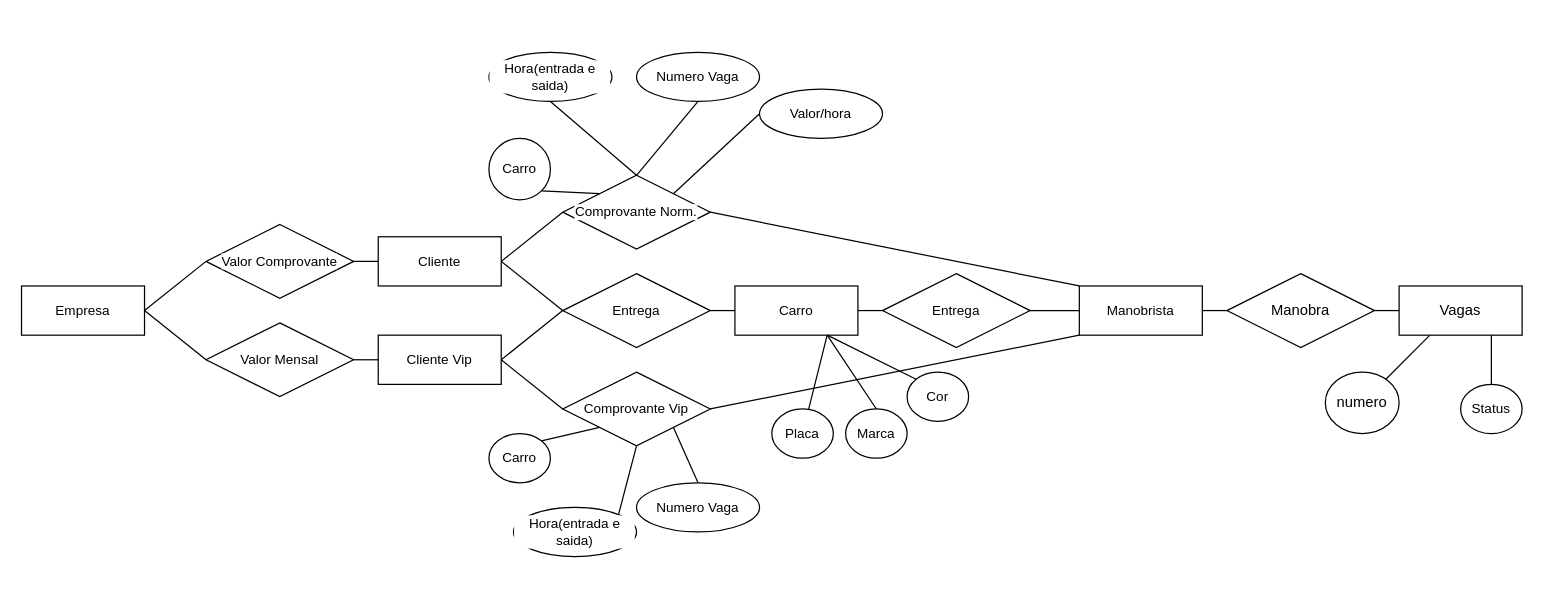
Before: Praticas1.drawio in 113nr1qu3/Draw.io, a draw.io diagram. Source tidied: cells renumbered, new cells numbered last; positions are measured from the earlier drawing's top-left corner, leaving out a move shared by most shapes. Both pictures are drawn from the tidied source at 123%, with x=0, y=0 at pixel (21, 52).
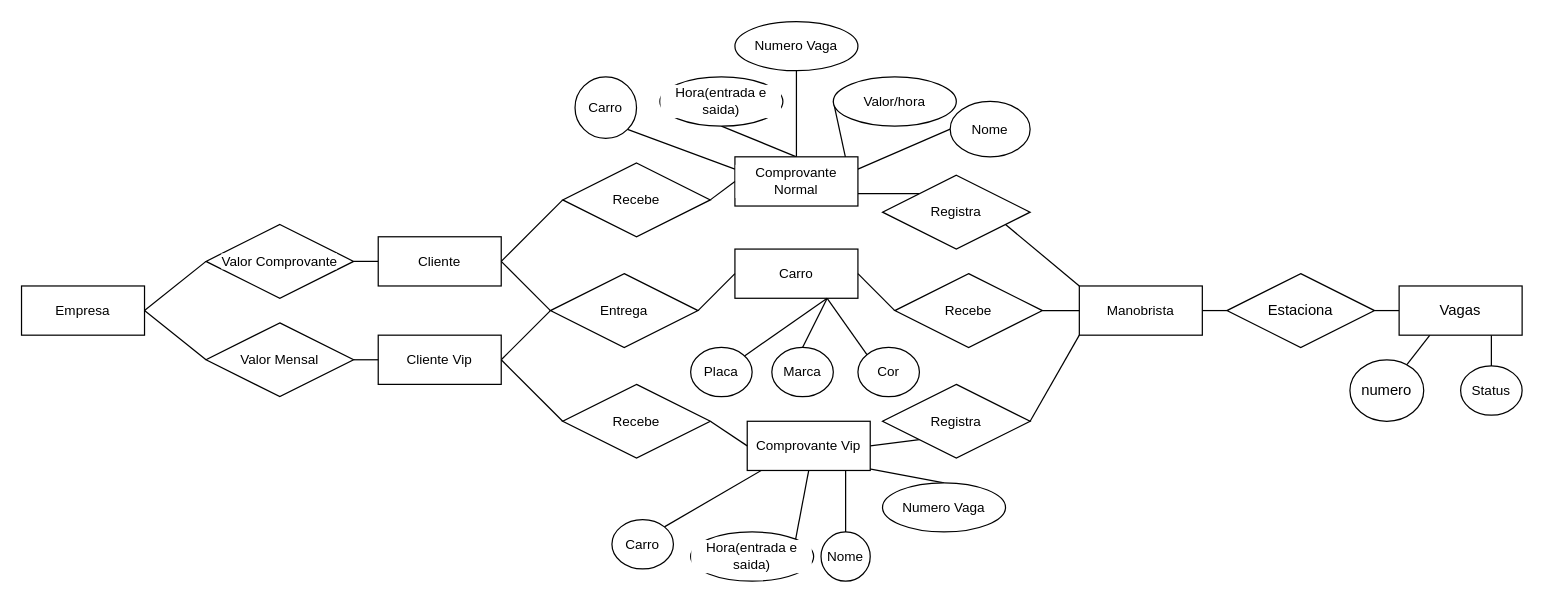
The same diagram, later.

Unchanged cells that the change refers to:
```xml
<mxCell id="12" value="Manobrista" style="whiteSpace=wrap;html=1;align=center;fontFamily=Helvetica;fontSize=11;fontColor=default;labelBackgroundColor=default;" parent="1" vertex="1">
  <mxGeometry x="860" y="190" width="100" height="40" as="geometry" />
</mxCell>
<mxCell id="15" value="Cliente" style="whiteSpace=wrap;html=1;align=center;fontFamily=Helvetica;fontSize=11;fontColor=default;labelBackgroundColor=default;" parent="1" vertex="1">
  <mxGeometry x="290" y="150" width="100" height="40" as="geometry" />
</mxCell>
<mxCell id="18" value="Cliente Vip" style="whiteSpace=wrap;html=1;align=center;fontFamily=Helvetica;fontSize=11;fontColor=default;labelBackgroundColor=default;" parent="1" vertex="1">
  <mxGeometry x="290" y="230" width="100" height="40" as="geometry" />
</mxCell>
```

Change to the diagram source:
```diff
@@
-    <mxCell id="3" value="Manobra" style="shape=rhombus;perimeter=rhombusPerimeter;whiteSpace=wrap;html=1;align=center;" parent="1" vertex="1">
+    <mxCell id="3" value="Estaciona" style="shape=rhombus;perimeter=rhombusPerimeter;whiteSpace=wrap;html=1;align=center;" parent="1" vertex="1">
       <mxGeometry x="980" y="180" width="120" height="60" as="geometry" />
     </mxCell>
@@
     <mxCell id="8" value="numero" style="ellipse;whiteSpace=wrap;html=1;align=center;" parent="1" vertex="1">
-      <mxGeometry x="1060" y="260" width="60" height="50" as="geometry" />
+      <mxGeometry x="1080" y="250" width="60" height="50" as="geometry" />
     </mxCell>
@@
-    <mxCell id="10" style="shape=connector;rounded=0;jettySize=auto;html=1;exitX=0;exitY=1;exitDx=0;exitDy=0;entryX=1;entryY=0.5;entryDx=0;entryDy=0;strokeColor=default;align=center;verticalAlign=middle;fontFamily=Helvetica;fontSize=11;fontColor=default;labelBackgroundColor=default;endArrow=none;endFill=0;" parent="1" edge="1" source="12" target="22">
+    <mxCell id="10" style="shape=connector;rounded=0;jettySize=auto;html=1;exitX=0;exitY=1;exitDx=0;exitDy=0;entryX=1;entryY=0.5;entryDx=0;entryDy=0;strokeColor=default;align=center;verticalAlign=middle;fontFamily=Helvetica;fontSize=11;fontColor=default;labelBackgroundColor=default;endArrow=none;endFill=0;" parent="1" edge="1" source="67" target="22">
       <mxGeometry relative="1" as="geometry" />
     </mxCell>
-    <mxCell id="11" style="shape=connector;rounded=0;jettySize=auto;html=1;exitX=0;exitY=0;exitDx=0;exitDy=0;entryX=1;entryY=0.5;entryDx=0;entryDy=0;strokeColor=default;align=center;verticalAlign=middle;fontFamily=Helvetica;fontSize=11;fontColor=default;labelBackgroundColor=default;endArrow=none;endFill=0;" parent="1" edge="1" source="12" target="20">
+    <mxCell id="11" style="shape=connector;rounded=0;jettySize=auto;html=1;exitX=0;exitY=0;exitDx=0;exitDy=0;entryX=1;entryY=0.75;entryDx=0;entryDy=0;strokeColor=default;align=center;verticalAlign=middle;fontFamily=Helvetica;fontSize=11;fontColor=default;labelBackgroundColor=default;endArrow=none;endFill=0;" parent="1" edge="1" source="65" target="59">
       <mxGeometry relative="1" as="geometry" />
     </mxCell>
@@
     <mxCell id="16" value="Status" style="ellipse;whiteSpace=wrap;html=1;align=center;fontFamily=Helvetica;fontSize=11;fontColor=default;labelBackgroundColor=default;" parent="1" vertex="1">
-      <mxGeometry x="1170" y="270" width="50" height="40" as="geometry" />
+      <mxGeometry x="1170" y="255" width="50" height="40" as="geometry" />
     </mxCell>
@@
-    <mxCell id="19" style="shape=connector;rounded=0;jettySize=auto;html=1;exitX=0;exitY=0.5;exitDx=0;exitDy=0;entryX=1;entryY=0.5;entryDx=0;entryDy=0;strokeColor=default;align=center;verticalAlign=middle;fontFamily=Helvetica;fontSize=11;fontColor=default;labelBackgroundColor=default;endArrow=none;endFill=0;" parent="1" edge="1" source="20" target="15">
+    <mxCell id="19" style="shape=connector;rounded=0;jettySize=auto;html=1;exitX=0;exitY=0.5;exitDx=0;exitDy=0;entryX=1;entryY=0.5;entryDx=0;entryDy=0;strokeColor=default;align=center;verticalAlign=middle;fontFamily=Helvetica;fontSize=11;fontColor=default;labelBackgroundColor=default;endArrow=none;endFill=0;" parent="1" edge="1" source="63" target="15">
       <mxGeometry relative="1" as="geometry" />
     </mxCell>
-    <mxCell id="20" value="Comprovante Norm." style="shape=rhombus;perimeter=rhombusPerimeter;whiteSpace=wrap;html=1;align=center;fontFamily=Helvetica;fontSize=11;fontColor=default;labelBackgroundColor=default;" parent="1" vertex="1">
-      <mxGeometry x="440" y="100" width="120" height="60" as="geometry" />
-    </mxCell>
-    <mxCell id="21" style="shape=connector;rounded=0;jettySize=auto;html=1;exitX=0;exitY=0.5;exitDx=0;exitDy=0;entryX=1;entryY=0.5;entryDx=0;entryDy=0;strokeColor=default;align=center;verticalAlign=middle;fontFamily=Helvetica;fontSize=11;fontColor=default;labelBackgroundColor=default;endArrow=none;endFill=0;" parent="1" edge="1" source="22" target="18">
+    <mxCell id="21" style="shape=connector;rounded=0;jettySize=auto;html=1;exitX=0;exitY=0.5;exitDx=0;exitDy=0;entryX=1;entryY=0.5;entryDx=0;entryDy=0;strokeColor=default;align=center;verticalAlign=middle;fontFamily=Helvetica;fontSize=11;fontColor=default;labelBackgroundColor=default;endArrow=none;endFill=0;" parent="1" edge="1" source="61" target="18">
       <mxGeometry relative="1" as="geometry" />
     </mxCell>
-    <mxCell id="22" value="Comprovante Vip" style="shape=rhombus;perimeter=rhombusPerimeter;whiteSpace=wrap;html=1;align=center;fontFamily=Helvetica;fontSize=11;fontColor=default;labelBackgroundColor=default;" parent="1" vertex="1">
-      <mxGeometry x="440" y="260" width="120" height="60" as="geometry" />
-    </mxCell>
-    <mxCell id="23" style="shape=connector;rounded=0;jettySize=auto;html=1;exitX=1;exitY=0;exitDx=0;exitDy=0;entryX=0;entryY=1;entryDx=0;entryDy=0;strokeColor=default;align=center;verticalAlign=middle;fontFamily=Helvetica;fontSize=11;fontColor=default;labelBackgroundColor=default;endArrow=none;endFill=0;" parent="1" edge="1" source="24" target="22">
-      <mxGeometry relative="1" as="geometry" />
+    <mxCell id="23" style="shape=connector;rounded=0;jettySize=auto;html=1;exitX=1;exitY=0;exitDx=0;exitDy=0;entryX=0;entryY=1;entryDx=0;entryDy=0;strokeColor=default;align=center;verticalAlign=middle;fontFamily=Helvetica;fontSize=11;fontColor=default;labelBackgroundColor=default;endArrow=none;endFill=0;" parent="1" edge="1" source="24">
+      <mxGeometry relative="1" as="geometry">
+        <mxPoint x="610" y="335" as="targetPoint" />
+      </mxGeometry>
     </mxCell>
     <mxCell id="24" value="Carro" style="ellipse;whiteSpace=wrap;html=1;align=center;fontFamily=Helvetica;fontSize=11;fontColor=default;labelBackgroundColor=default;" parent="1" vertex="1">
-      <mxGeometry x="380" y="310" width="50" height="40" as="geometry" />
+      <mxGeometry x="480" y="380" width="50" height="40" as="geometry" />
     </mxCell>
-    <mxCell id="25" style="shape=connector;rounded=0;jettySize=auto;html=1;exitX=1;exitY=1;exitDx=0;exitDy=0;entryX=0;entryY=0;entryDx=0;entryDy=0;strokeColor=default;align=center;verticalAlign=middle;fontFamily=Helvetica;fontSize=11;fontColor=default;labelBackgroundColor=default;endArrow=none;endFill=0;" parent="1" edge="1" source="26" target="20">
+    <mxCell id="25" style="shape=connector;rounded=0;jettySize=auto;html=1;exitX=1;exitY=1;exitDx=0;exitDy=0;entryX=0;entryY=0.25;entryDx=0;entryDy=0;strokeColor=default;align=center;verticalAlign=middle;fontFamily=Helvetica;fontSize=11;fontColor=default;labelBackgroundColor=default;endArrow=none;endFill=0;" parent="1" edge="1" source="26" target="59">
       <mxGeometry relative="1" as="geometry" />
     </mxCell>
     <mxCell id="26" value="Carro" style="ellipse;whiteSpace=wrap;html=1;align=center;fontFamily=Helvetica;fontSize=11;fontColor=default;labelBackgroundColor=default;" parent="1" vertex="1">
-      <mxGeometry x="380" y="70" width="50" height="50" as="geometry" />
+      <mxGeometry x="450" y="20" width="50" height="50" as="geometry" />
     </mxCell>
-    <mxCell id="27" style="shape=connector;rounded=0;jettySize=auto;html=1;exitX=0.5;exitY=1;exitDx=0;exitDy=0;entryX=0.5;entryY=0;entryDx=0;entryDy=0;strokeColor=default;align=center;verticalAlign=middle;fontFamily=Helvetica;fontSize=11;fontColor=default;labelBackgroundColor=default;endArrow=none;endFill=0;" parent="1" edge="1" source="28" target="20">
+    <mxCell id="27" style="shape=connector;rounded=0;jettySize=auto;html=1;exitX=0.5;exitY=1;exitDx=0;exitDy=0;entryX=0.5;entryY=0;entryDx=0;entryDy=0;strokeColor=default;align=center;verticalAlign=middle;fontFamily=Helvetica;fontSize=11;fontColor=default;labelBackgroundColor=default;endArrow=none;endFill=0;" parent="1" edge="1" source="28" target="59">
       <mxGeometry relative="1" as="geometry" />
     </mxCell>
     <mxCell id="28" value="Hora(entrada e saida)" style="ellipse;whiteSpace=wrap;html=1;align=center;fontFamily=Helvetica;fontSize=11;fontColor=default;labelBackgroundColor=default;" parent="1" vertex="1">
-      <mxGeometry x="380" width="100" height="40" as="geometry" />
+      <mxGeometry x="519" y="20" width="100" height="40" as="geometry" />
     </mxCell>
-    <mxCell id="29" style="shape=connector;rounded=0;jettySize=auto;html=1;exitX=0.5;exitY=0;exitDx=0;exitDy=0;entryX=1;entryY=1;entryDx=0;entryDy=0;strokeColor=default;align=center;verticalAlign=middle;fontFamily=Helvetica;fontSize=11;fontColor=default;labelBackgroundColor=default;endArrow=none;endFill=0;" parent="1" edge="1" source="30" target="22">
-      <mxGeometry relative="1" as="geometry" />
+    <mxCell id="29" style="shape=connector;rounded=0;jettySize=auto;html=1;exitX=0.5;exitY=0;exitDx=0;exitDy=0;entryX=1;entryY=1;entryDx=0;entryDy=0;strokeColor=default;align=center;verticalAlign=middle;fontFamily=Helvetica;fontSize=11;fontColor=default;labelBackgroundColor=default;endArrow=none;endFill=0;" parent="1" edge="1" source="30">
+      <mxGeometry relative="1" as="geometry">
+        <mxPoint x="670" y="335" as="targetPoint" />
+      </mxGeometry>
     </mxCell>
     <mxCell id="30" value="Numero Vaga" style="ellipse;whiteSpace=wrap;html=1;align=center;fontFamily=Helvetica;fontSize=11;fontColor=default;labelBackgroundColor=default;" parent="1" vertex="1">
-      <mxGeometry x="500" y="350" width="100" height="40" as="geometry" />
+      <mxGeometry x="700" y="350" width="100" height="40" as="geometry" />
     </mxCell>
@@
     <mxCell id="32" value="Hora(entrada e saida)" style="ellipse;whiteSpace=wrap;html=1;align=center;fontFamily=Helvetica;fontSize=11;fontColor=default;labelBackgroundColor=default;" parent="1" vertex="1">
-      <mxGeometry x="400" y="370" width="100" height="40" as="geometry" />
+      <mxGeometry x="544" y="390" width="100" height="40" as="geometry" />
     </mxCell>
-    <mxCell id="33" style="shape=connector;rounded=0;jettySize=auto;html=1;exitX=0.5;exitY=1;exitDx=0;exitDy=0;entryX=0.5;entryY=0;entryDx=0;entryDy=0;strokeColor=default;align=center;verticalAlign=middle;fontFamily=Helvetica;fontSize=11;fontColor=default;labelBackgroundColor=default;endArrow=none;endFill=0;" parent="1" edge="1" source="34" target="20">
+    <mxCell id="33" style="shape=connector;rounded=0;jettySize=auto;html=1;exitX=0.5;exitY=1;exitDx=0;exitDy=0;entryX=0.5;entryY=0;entryDx=0;entryDy=0;strokeColor=default;align=center;verticalAlign=middle;fontFamily=Helvetica;fontSize=11;fontColor=default;labelBackgroundColor=default;endArrow=none;endFill=0;" parent="1" edge="1" source="34" target="59">
       <mxGeometry relative="1" as="geometry" />
     </mxCell>
     <mxCell id="34" value="Numero Vaga" style="ellipse;whiteSpace=wrap;html=1;align=center;fontFamily=Helvetica;fontSize=11;fontColor=default;labelBackgroundColor=default;" parent="1" vertex="1">
-      <mxGeometry x="500" width="100" height="40" as="geometry" />
+      <mxGeometry x="580" y="-25" width="100" height="40" as="geometry" />
     </mxCell>
@@
-    <mxCell id="41" style="shape=connector;rounded=0;jettySize=auto;html=1;exitX=0;exitY=0.5;exitDx=0;exitDy=0;entryX=1;entryY=0;entryDx=0;entryDy=0;strokeColor=default;align=center;verticalAlign=middle;fontFamily=Helvetica;fontSize=11;fontColor=default;labelBackgroundColor=default;endArrow=none;endFill=0;" parent="1" edge="1" source="42" target="20">
+    <mxCell id="41" style="shape=connector;rounded=0;jettySize=auto;html=1;exitX=0;exitY=0.5;exitDx=0;exitDy=0;entryX=0.9;entryY=0.025;entryDx=0;entryDy=0;strokeColor=default;align=center;verticalAlign=middle;fontFamily=Helvetica;fontSize=11;fontColor=default;labelBackgroundColor=default;endArrow=none;endFill=0;entryPerimeter=0;" parent="1" edge="1" source="42" target="59">
       <mxGeometry relative="1" as="geometry" />
     </mxCell>
     <mxCell id="42" value="Valor/hora" style="ellipse;whiteSpace=wrap;html=1;align=center;fontFamily=Helvetica;fontSize=11;fontColor=default;labelBackgroundColor=default;" parent="1" vertex="1">
-      <mxGeometry x="600" y="30" width="100" height="40" as="geometry" />
+      <mxGeometry x="660" y="20" width="100" height="40" as="geometry" />
     </mxCell>
     <mxCell id="43" value="Carro" style="whiteSpace=wrap;html=1;align=center;fontFamily=Helvetica;fontSize=11;fontColor=default;labelBackgroundColor=default;" parent="1" vertex="1">
-      <mxGeometry x="580" y="190" width="100" height="40" as="geometry" />
+      <mxGeometry x="580" y="160" width="100" height="40" as="geometry" />
     </mxCell>
-    <mxCell id="44" style="edgeStyle=orthogonalEdgeStyle;shape=connector;curved=0;rounded=0;jettySize=auto;html=1;exitX=0;exitY=0.5;exitDx=0;exitDy=0;entryX=1;entryY=0.5;entryDx=0;entryDy=0;strokeColor=default;align=center;verticalAlign=middle;fontFamily=Helvetica;fontSize=11;fontColor=default;labelBackgroundColor=default;endArrow=none;endFill=0;" parent="1" edge="1" source="47" target="43">
-      <mxGeometry relative="1" as="geometry" />
-    </mxCell>
@@
     <mxCell id="46" value="Placa" style="ellipse;whiteSpace=wrap;html=1;align=center;fontFamily=Helvetica;fontSize=11;fontColor=default;labelBackgroundColor=default;" parent="1" vertex="1">
-      <mxGeometry x="610" y="290" width="50" height="40" as="geometry" />
+      <mxGeometry x="544" y="240" width="50" height="40" as="geometry" />
     </mxCell>
+    <mxCell id="44" style="shape=connector;rounded=0;jettySize=auto;html=1;exitX=0;exitY=0.5;exitDx=0;exitDy=0;entryX=1;entryY=0.5;entryDx=0;entryDy=0;strokeColor=default;align=center;verticalAlign=middle;fontFamily=Helvetica;fontSize=11;fontColor=default;labelBackgroundColor=default;endArrow=none;endFill=0;" parent="1" edge="1" source="47" target="43">
+      <mxGeometry relative="1" as="geometry" />
+    </mxCell>
-    <mxCell id="47" value="Entrega" style="shape=rhombus;perimeter=rhombusPerimeter;whiteSpace=wrap;html=1;align=center;fontFamily=Helvetica;fontSize=11;fontColor=default;labelBackgroundColor=default;" parent="1" vertex="1">
-      <mxGeometry x="700" y="180" width="120" height="60" as="geometry" />
+    <mxCell id="47" value="Recebe" style="shape=rhombus;perimeter=rhombusPerimeter;whiteSpace=wrap;html=1;align=center;fontFamily=Helvetica;fontSize=11;fontColor=default;labelBackgroundColor=default;" parent="1" vertex="1">
+      <mxGeometry x="710" y="180" width="120" height="60" as="geometry" />
     </mxCell>
+    <mxCell id="49" style="shape=connector;rounded=0;jettySize=auto;html=1;exitX=0;exitY=0.5;exitDx=0;exitDy=0;entryX=1;entryY=0.5;entryDx=0;entryDy=0;strokeColor=default;align=center;verticalAlign=middle;fontFamily=Helvetica;fontSize=11;fontColor=default;labelBackgroundColor=default;endArrow=none;endFill=0;" parent="1" edge="1" source="50" target="15">
+      <mxGeometry relative="1" as="geometry" />
+    </mxCell>
-    <mxCell id="48" style="edgeStyle=orthogonalEdgeStyle;shape=connector;curved=0;rounded=0;jettySize=auto;html=1;exitX=1;exitY=0.5;exitDx=0;exitDy=0;entryX=0;entryY=0.5;entryDx=0;entryDy=0;strokeColor=default;align=center;verticalAlign=middle;fontFamily=Helvetica;fontSize=11;fontColor=default;labelBackgroundColor=default;endArrow=none;endFill=0;" parent="1" edge="1" source="50" target="43">
+    <mxCell id="48" style="shape=connector;rounded=0;jettySize=auto;html=1;exitX=1;exitY=0.5;exitDx=0;exitDy=0;entryX=0;entryY=0.5;entryDx=0;entryDy=0;strokeColor=default;align=center;verticalAlign=middle;fontFamily=Helvetica;fontSize=11;fontColor=default;labelBackgroundColor=default;endArrow=none;endFill=0;" parent="1" edge="1" source="50" target="43">
       <mxGeometry relative="1" as="geometry" />
     </mxCell>
-    <mxCell id="49" style="shape=connector;rounded=0;jettySize=auto;html=1;exitX=0;exitY=0.5;exitDx=0;exitDy=0;entryX=1;entryY=0.5;entryDx=0;entryDy=0;strokeColor=default;align=center;verticalAlign=middle;fontFamily=Helvetica;fontSize=11;fontColor=default;labelBackgroundColor=default;endArrow=none;endFill=0;" parent="1" edge="1" source="50" target="15">
-      <mxGeometry relative="1" as="geometry" />
-    </mxCell>
     <mxCell id="50" value="Entrega" style="shape=rhombus;perimeter=rhombusPerimeter;whiteSpace=wrap;html=1;align=center;fontFamily=Helvetica;fontSize=11;fontColor=default;labelBackgroundColor=default;" parent="1" vertex="1">
-      <mxGeometry x="440" y="180" width="120" height="60" as="geometry" />
+      <mxGeometry x="430" y="180" width="120" height="60" as="geometry" />
     </mxCell>
@@
     <mxCell id="52" value="Marca" style="ellipse;whiteSpace=wrap;html=1;align=center;fontFamily=Helvetica;fontSize=11;fontColor=default;labelBackgroundColor=default;" parent="1" vertex="1">
-      <mxGeometry x="670" y="290" width="50" height="40" as="geometry" />
+      <mxGeometry x="610" y="240" width="50" height="40" as="geometry" />
     </mxCell>
@@
     <mxCell id="54" value="Cor" style="ellipse;whiteSpace=wrap;html=1;align=center;fontFamily=Helvetica;fontSize=11;fontColor=default;labelBackgroundColor=default;" parent="1" vertex="1">
-      <mxGeometry x="720" y="260" width="50" height="40" as="geometry" />
+      <mxGeometry x="680" y="240" width="50" height="40" as="geometry" />
     </mxCell>
+    <mxCell id="55" style="shape=connector;rounded=0;jettySize=auto;html=1;exitX=0;exitY=0.5;exitDx=0;exitDy=0;entryX=1;entryY=0.25;entryDx=0;entryDy=0;strokeColor=default;align=center;verticalAlign=middle;fontFamily=Helvetica;fontSize=11;fontColor=default;labelBackgroundColor=default;endArrow=none;endFill=0;" parent="1" edge="1" source="56" target="59">
+      <mxGeometry relative="1" as="geometry" />
+    </mxCell>
+    <mxCell id="56" value="Nome" style="ellipse;whiteSpace=wrap;html=1;align=center;fontFamily=Helvetica;fontSize=11;fontColor=default;labelBackgroundColor=default;" parent="1" vertex="1">
+      <mxGeometry x="755" y="40" width="65" height="45" as="geometry" />
+    </mxCell>
+    <mxCell id="57" style="shape=connector;rounded=0;jettySize=auto;html=1;entryX=1;entryY=1;entryDx=0;entryDy=0;strokeColor=default;align=center;verticalAlign=middle;fontFamily=Helvetica;fontSize=11;fontColor=default;labelBackgroundColor=default;endArrow=none;endFill=0;" parent="1" edge="1" source="58">
+      <mxGeometry relative="1" as="geometry">
+        <mxPoint x="670" y="335" as="targetPoint" />
+      </mxGeometry>
+    </mxCell>
+    <mxCell id="58" value="Nome" style="ellipse;whiteSpace=wrap;html=1;align=center;fontFamily=Helvetica;fontSize=11;fontColor=default;labelBackgroundColor=default;" parent="1" vertex="1">
+      <mxGeometry x="650" y="390" width="40" height="40" as="geometry" />
+    </mxCell>
+    <mxCell id="59" value="Comprovante Normal" style="whiteSpace=wrap;html=1;align=center;fontFamily=Helvetica;fontSize=11;fontColor=default;labelBackgroundColor=default;" parent="1" vertex="1">
+      <mxGeometry x="580" y="85" width="100" height="40" as="geometry" />
+    </mxCell>
+    <mxCell id="22" value="Comprovante Vip" style="whiteSpace=wrap;html=1;align=center;fontFamily=Helvetica;fontSize=11;fontColor=default;labelBackgroundColor=default;" parent="1" vertex="1">
+      <mxGeometry x="590" y="300" width="100" height="40" as="geometry" />
+    </mxCell>
+    <mxCell id="60" style="shape=connector;rounded=0;jettySize=auto;html=1;exitX=0;exitY=0.5;exitDx=0;exitDy=0;entryX=1;entryY=0.5;entryDx=0;entryDy=0;strokeColor=default;align=center;verticalAlign=middle;fontFamily=Helvetica;fontSize=11;fontColor=default;labelBackgroundColor=default;endArrow=none;endFill=0;" parent="1" edge="1" source="22" target="61">
+      <mxGeometry relative="1" as="geometry" />
+    </mxCell>
+    <mxCell id="61" value="Recebe" style="shape=rhombus;perimeter=rhombusPerimeter;whiteSpace=wrap;html=1;align=center;fontFamily=Helvetica;fontSize=11;fontColor=default;labelBackgroundColor=default;" parent="1" vertex="1">
+      <mxGeometry x="440" y="270" width="120" height="60" as="geometry" />
+    </mxCell>
+    <mxCell id="62" style="shape=connector;rounded=0;jettySize=auto;html=1;exitX=0;exitY=0.5;exitDx=0;exitDy=0;entryX=1;entryY=0.5;entryDx=0;entryDy=0;strokeColor=default;align=center;verticalAlign=middle;fontFamily=Helvetica;fontSize=11;fontColor=default;labelBackgroundColor=default;endArrow=none;endFill=0;" parent="1" edge="1" source="59" target="63">
+      <mxGeometry relative="1" as="geometry" />
+    </mxCell>
+    <mxCell id="63" value="Recebe" style="shape=rhombus;perimeter=rhombusPerimeter;whiteSpace=wrap;html=1;align=center;fontFamily=Helvetica;fontSize=11;fontColor=default;labelBackgroundColor=default;" parent="1" vertex="1">
+      <mxGeometry x="440" y="90" width="120" height="60" as="geometry" />
+    </mxCell>
+    <mxCell id="64" style="shape=connector;rounded=0;jettySize=auto;html=1;exitX=0;exitY=0;exitDx=0;exitDy=0;entryX=1;entryY=0.75;entryDx=0;entryDy=0;strokeColor=default;align=center;verticalAlign=middle;fontFamily=Helvetica;fontSize=11;fontColor=default;labelBackgroundColor=default;endArrow=none;endFill=0;" parent="1" edge="1" source="12" target="65">
+      <mxGeometry relative="1" as="geometry" />
+    </mxCell>
+    <mxCell id="65" value="Registra" style="shape=rhombus;perimeter=rhombusPerimeter;whiteSpace=wrap;html=1;align=center;fontFamily=Helvetica;fontSize=11;fontColor=default;labelBackgroundColor=default;" parent="1" vertex="1">
+      <mxGeometry x="700" y="100" width="120" height="60" as="geometry" />
+    </mxCell>
+    <mxCell id="66" style="shape=connector;rounded=0;jettySize=auto;html=1;exitX=0;exitY=1;exitDx=0;exitDy=0;entryX=1;entryY=0.5;entryDx=0;entryDy=0;strokeColor=default;align=center;verticalAlign=middle;fontFamily=Helvetica;fontSize=11;fontColor=default;labelBackgroundColor=default;endArrow=none;endFill=0;" parent="1" edge="1" source="12" target="67">
+      <mxGeometry relative="1" as="geometry" />
+    </mxCell>
+    <mxCell id="67" value="Registra" style="shape=rhombus;perimeter=rhombusPerimeter;whiteSpace=wrap;html=1;align=center;fontFamily=Helvetica;fontSize=11;fontColor=default;labelBackgroundColor=default;" parent="1" vertex="1">
+      <mxGeometry x="700" y="270" width="120" height="60" as="geometry" />
+    </mxCell>
```
